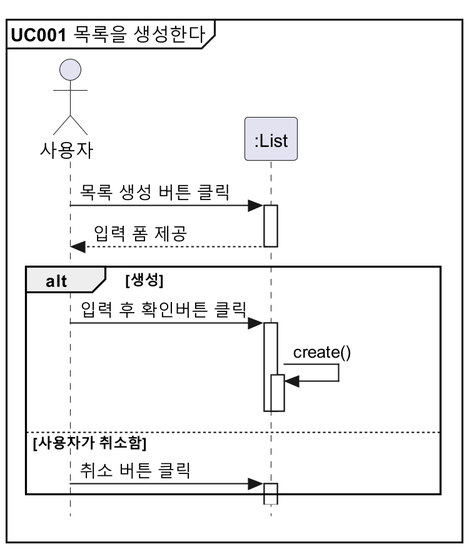
The PlantUML diagram docs/설계명세서/images/seq_diag/uc001.png in parkchamchi/SoftwareEngineering2023, before a commit.
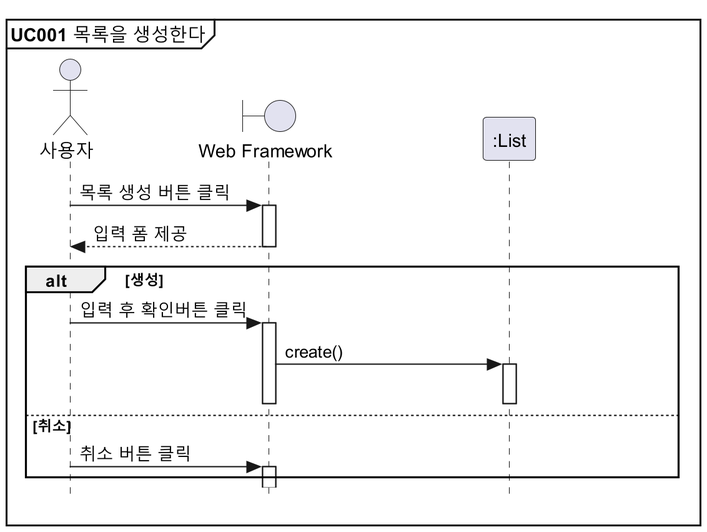
After the change.

Diff of the diagram source:
```diff
@@ -3,19 +3,19 @@
 
 mainframe **UC001** 목록을 생성한다
 
-actor 사용자
+!includesub style.puml!PARTICIPANTS
 participant ":List" as List
 
-사용자 -> List : 목록 생성 버튼 클릭
-List --> 사용자 : 입력 폼 제공
+사용자 -> view : 목록 생성 버튼 클릭
+view --> 사용자 : 입력 폼 제공
 
 alt 생성
-	사용자 -> List: 입력 후 확인버튼 클릭
-	List -> List : create()
+	사용자 -> view: 입력 후 확인버튼 클릭
+	view -> List : create()
 	deactivate List
-	deactivate List
-else 사용자가 취소함
-	사용자 -> List : 취소 버튼 클릭
+	deactivate view
+else 취소
+	사용자 -> view : 취소 버튼 클릭
 
 end
 
```
